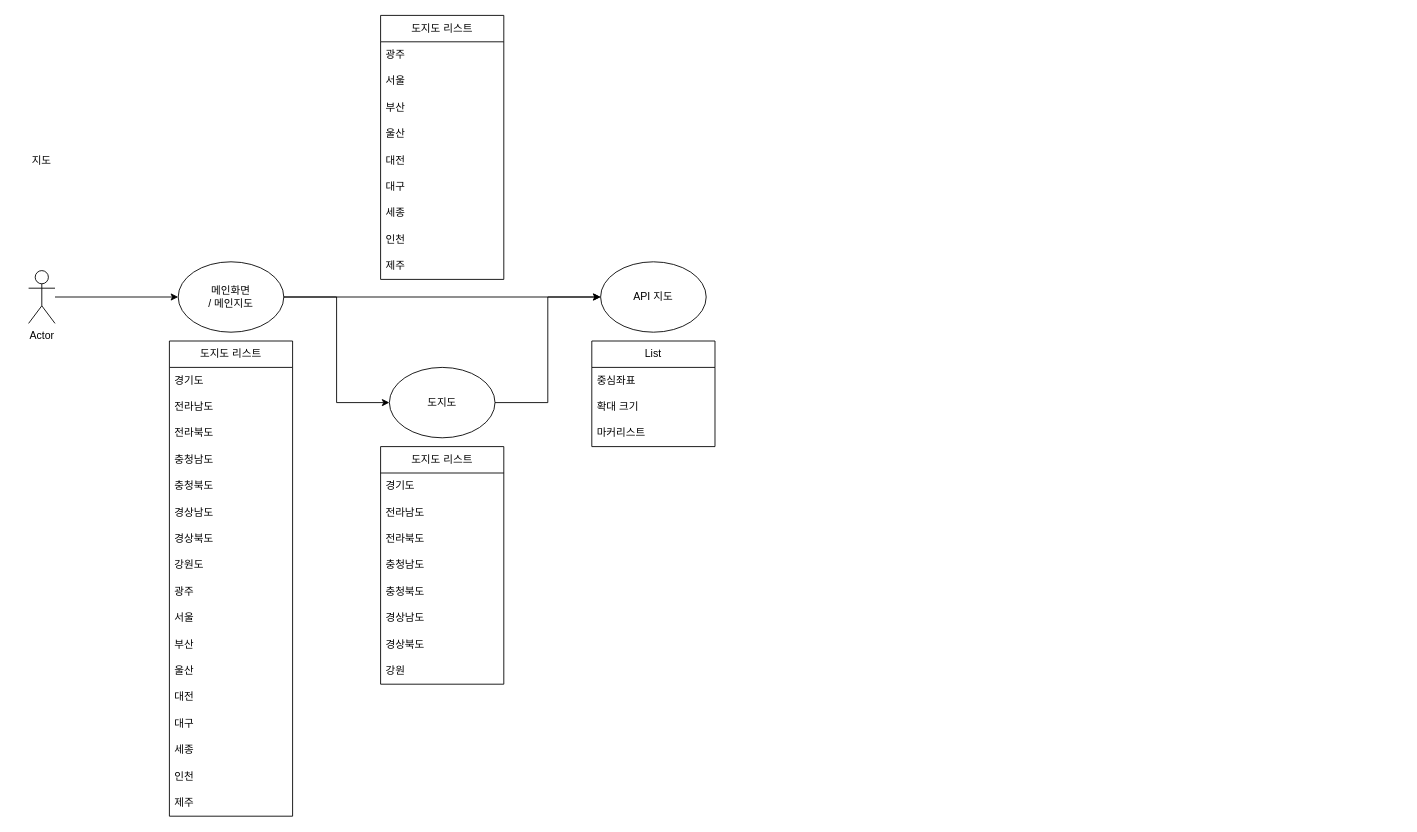
Before: diagram/V2/IA.drawio in super-step/project-footprint, a draw.io diagram. Source tidied: cells renumbered, new cells numbered last; positions are measured from the earlier drawing's top-left corner, leaving out a move shared by most shapes. Both pictures are drawn from the tidied source at 88%, with x=0, y=0 at pixel (15, 15).
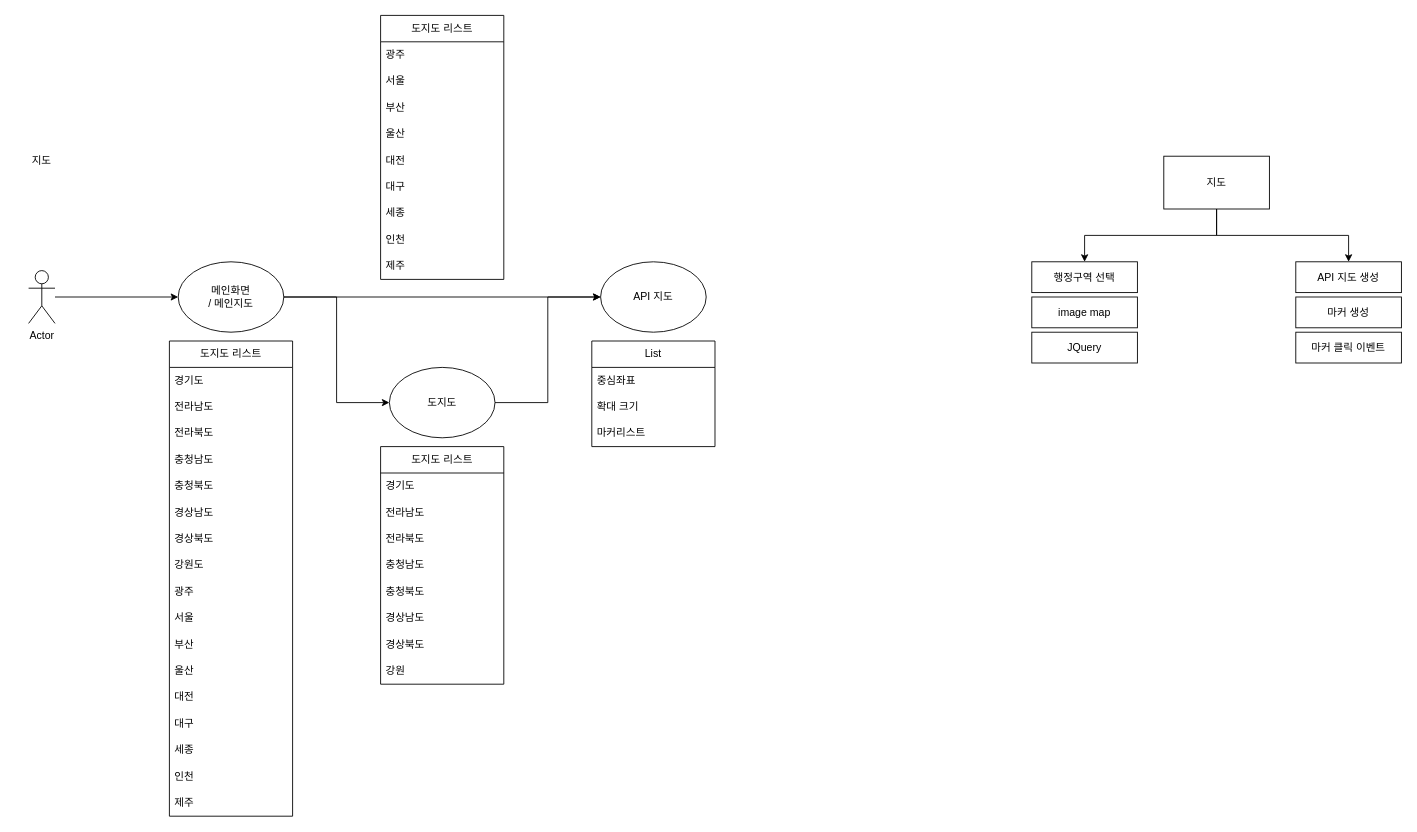
The same page after the edit.

Change to the diagram source:
```diff
@@
+    <mxCell id="52" style="edgeStyle=orthogonalEdgeStyle;rounded=0;jettySize=auto;html=1;entryX=0.5;entryY=0;entryDx=0;entryDy=0;exitX=0.5;exitY=1;exitDx=0;exitDy=0;" parent="1" edge="1" source="54" target="55">
+      <mxGeometry relative="1" as="geometry" />
+    </mxCell>
+    <mxCell id="53" style="edgeStyle=orthogonalEdgeStyle;rounded=0;jettySize=auto;html=1;entryX=0.5;entryY=0;entryDx=0;entryDy=0;exitX=0.5;exitY=1;exitDx=0;exitDy=0;" parent="1" edge="1" source="54" target="57">
+      <mxGeometry relative="1" as="geometry" />
+    </mxCell>
+    <mxCell id="54" value="지도" style="rounded=0;whiteSpace=wrap;html=1;" parent="1" vertex="1">
+      <mxGeometry x="1305" y="160" width="120" height="60" as="geometry" />
+    </mxCell>
+    <mxCell id="55" value="행정구역 선택" style="rounded=0;whiteSpace=wrap;html=1;" parent="1" vertex="1">
+      <mxGeometry x="1155" y="280" width="120" height="35" as="geometry" />
+    </mxCell>
+    <mxCell id="56" value="image map" style="rounded=0;whiteSpace=wrap;html=1;" parent="1" vertex="1">
+      <mxGeometry x="1155" y="320" width="120" height="35" as="geometry" />
+    </mxCell>
+    <mxCell id="57" value="API 지도 생성" style="rounded=0;whiteSpace=wrap;html=1;" parent="1" vertex="1">
+      <mxGeometry x="1455" y="280" width="120" height="35" as="geometry" />
+    </mxCell>
+    <mxCell id="58" value="마커 생성" style="rounded=0;whiteSpace=wrap;html=1;" parent="1" vertex="1">
+      <mxGeometry x="1455" y="320" width="120" height="35" as="geometry" />
+    </mxCell>
+    <mxCell id="59" value="마커 클릭 이벤트" style="rounded=0;whiteSpace=wrap;html=1;" parent="1" vertex="1">
+      <mxGeometry x="1455" y="360" width="120" height="35" as="geometry" />
+    </mxCell>
+    <mxCell id="60" value="JQuery" style="rounded=0;whiteSpace=wrap;html=1;" parent="1" vertex="1">
+      <mxGeometry x="1155" y="360" width="120" height="35" as="geometry" />
+    </mxCell>
```
